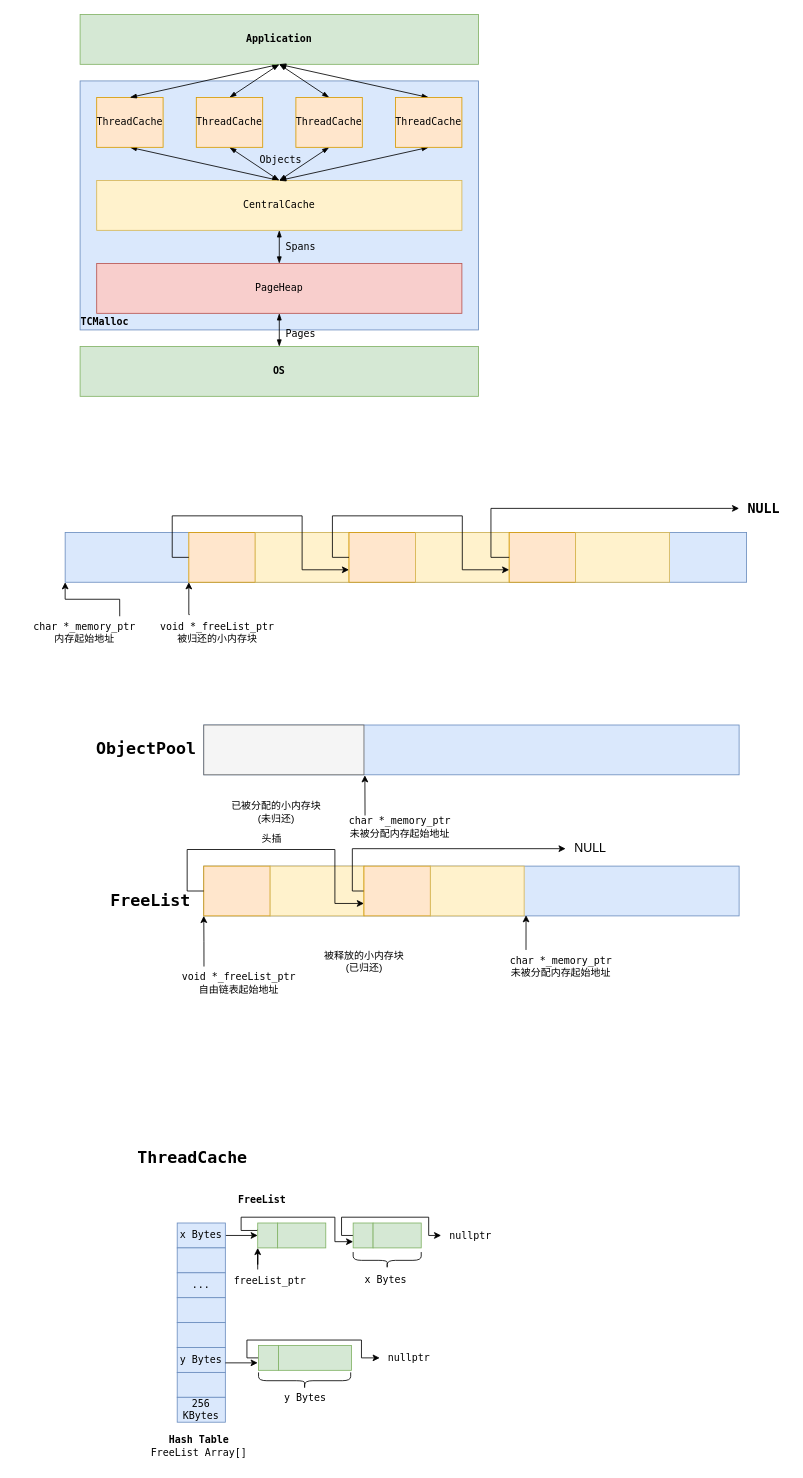
Before: page "第 1 页" (1 of 2) of 算法/TCMalloc.drawio in xyshawy/DRAW, a draw.io diagram. Source tidied: cells renumbered, new cells numbered last; positions are measured from the earlier drawing's top-left corner, leaving out a move shared by most shapes. Both pictures are drawn from the tidied source at 83%, with x=0, y=0 at pixel (14, 14).
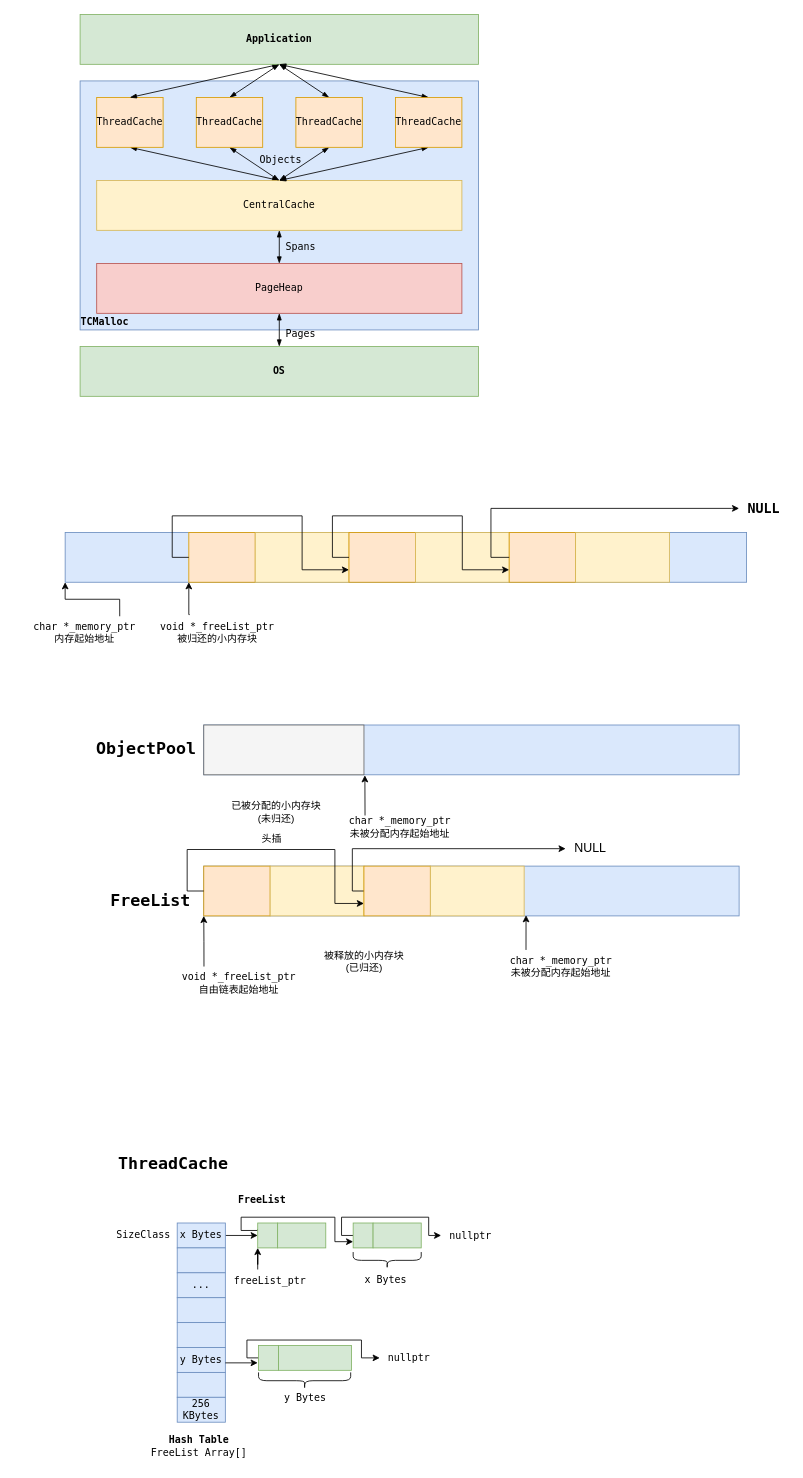
After the change.

What changed in the source:
```diff
@@
     <mxCell id="85" value="&lt;font style=&quot;font-size: 20px;&quot; face=&quot;Lucida Console&quot;&gt;&lt;b&gt;ThreadCache&lt;/b&gt;&lt;/font&gt;" style="text;html=1;align=center;verticalAlign=middle;strokeColor=none;fillColor=none;" parent="1" vertex="1">
-      <mxGeometry x="136" y="1358" width="155" height="36" as="geometry" />
+      <mxGeometry x="113" y="1365" width="155" height="36" as="geometry" />
     </mxCell>
@@
+    <mxCell id="91" value="&lt;font face=&quot;Lucida Console&quot;&gt;SizeClass&lt;/font&gt;" style="text;html=1;align=center;verticalAlign=middle;strokeColor=none;fillColor=none;" parent="1" vertex="1">
+      <mxGeometry x="113" y="1456" width="83" height="27" as="geometry" />
+    </mxCell>
```
